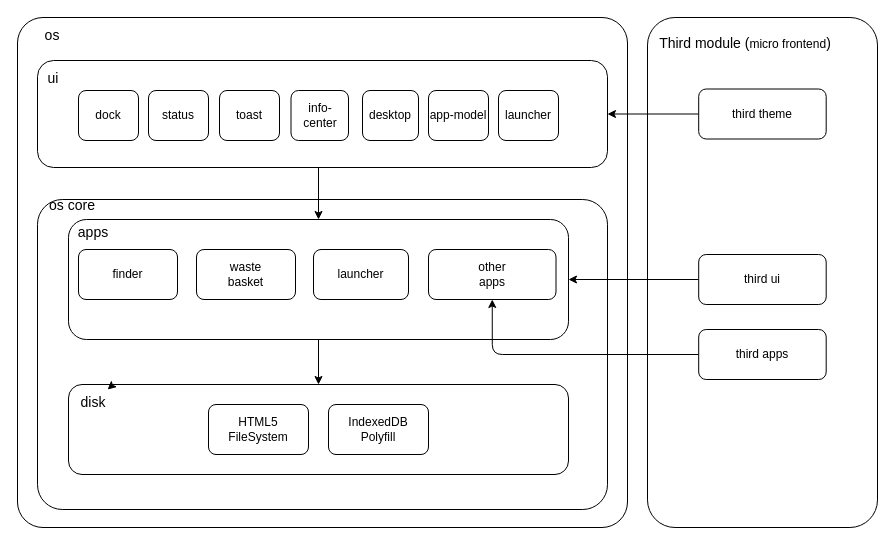
theajack/mac keeps this draw.io diagram as design.drawio. Above is the earlier version. Source tidied: cells renumbered, new cells numbered last; positions are measured from the earlier drawing's top-left corner, leaving out a move shared by most shapes. Both pictures are drawn from the tidied source at 100%, with x=0, y=0 at pixel (17, 17).
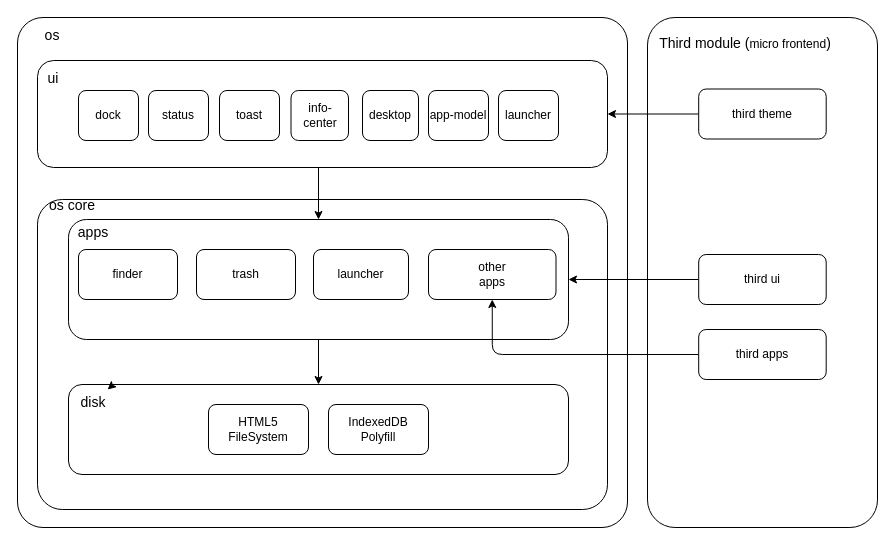
The same diagram, later.

What changed in the source:
```diff
@@
-    <mxCell id="23" value="waste&lt;br&gt;basket" style="rounded=1;whiteSpace=wrap;html=1;" parent="1" vertex="1">
+    <mxCell id="23" value="trash" style="rounded=1;whiteSpace=wrap;html=1;" parent="1" vertex="1">
       <mxGeometry x="179" y="232" width="99" height="50" as="geometry" />
     </mxCell>
```
